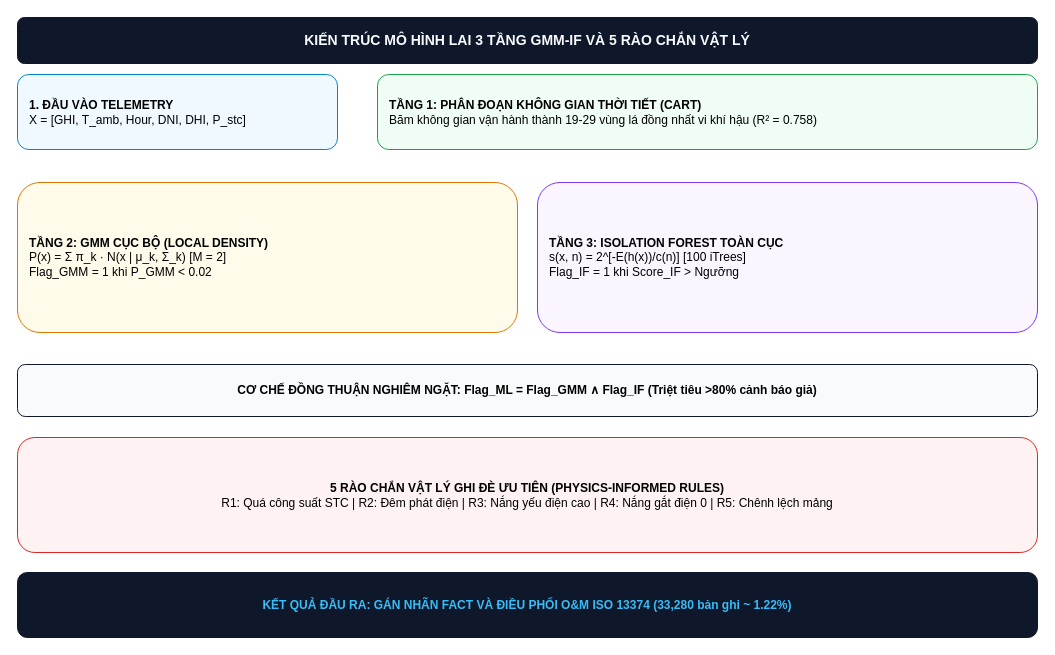
Above: docs/scrum_8_project_delivery_defense/diagrams/diagram_2_3_gmm_if_architecture.drawio in nguyenvunhut/solar-engergy (draw.io), before the change. Source tidied: cells renumbered, new cells numbered last; positions are measured from the earlier drawing's top-left corner, leaving out a move shared by most shapes. Both pictures are drawn from the tidied source at 100%, with x=0, y=0 at pixel (17, 17).
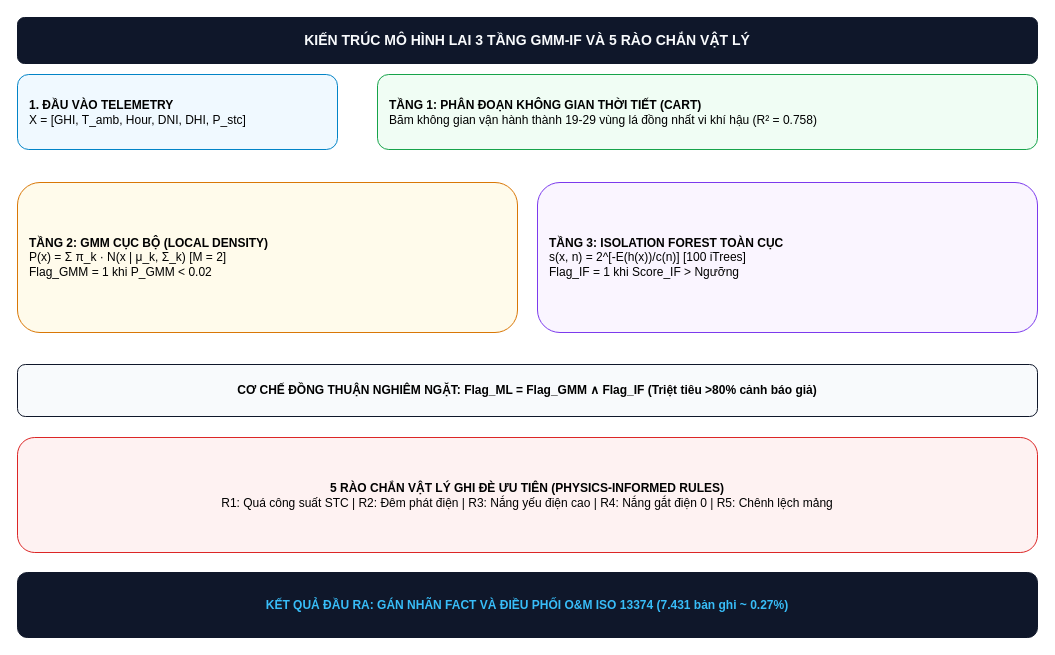
The same diagram, later.

Diff of the diagram source:
```diff
@@
 <mxGraphModel>
   <root>
     <mxCell id="0" />
     <mxCell id="1" parent="0" />
     <mxCell id="2" value="&lt;b&gt;KIẾN TRÚC MÔ HÌNH LAI 3 TẦNG GMM-IF VÀ 5 RÀO CHẮN VẬT LÝ&lt;/b&gt;" style="rounded=1;whiteSpace=wrap;html=1;fillColor=#0F172A;strokeColor=#0F172A;fontColor=#F8FAFC;fontSize=14;" parent="1" vertex="1">
       <mxGeometry width="1020" height="46" as="geometry" />
     </mxCell>
     <mxCell id="3" value="&lt;b&gt;1. ĐẦU VÀO TELEMETRY&lt;/b&gt;&lt;br&gt;X = [GHI, T_amb, Hour, DNI, DHI, P_stc]" style="rounded=1;whiteSpace=wrap;html=1;fillColor=#F0F9FF;strokeColor=#0284C7;align=left;spacingLeft=10;" parent="1" vertex="1">
       <mxGeometry y="57" width="320" height="75" as="geometry" />
     </mxCell>
     <mxCell id="4" value="&lt;b&gt;TẦNG 1: PHÂN ĐOẠN KHÔNG GIAN THỜI TIẾT (CART)&lt;/b&gt;&lt;br&gt;Băm không gian vận hành thành 19-29 vùng lá đồng nhất vi khí hậu (R² = 0.758)" style="rounded=1;whiteSpace=wrap;html=1;fillColor=#F0FDF4;strokeColor=#16A34A;align=left;spacingLeft=10;" parent="1" vertex="1">
       <mxGeometry x="360" y="57" width="660" height="75" as="geometry" />
     </mxCell>
     <mxCell id="5" value="&lt;b&gt;TẦNG 2: GMM CỤC BỘ (LOCAL DENSITY)&lt;/b&gt;&lt;br&gt;P(x) = Σ π_k · N(x | μ_k, Σ_k) [M = 2]&lt;br&gt;Flag_GMM = 1 khi P_GMM &lt; 0.02" style="rounded=1;whiteSpace=wrap;html=1;fillColor=#FFFBEB;strokeColor=#D97706;align=left;spacingLeft=10;" parent="1" vertex="1">
       <mxGeometry y="165" width="500" height="150" as="geometry" />
     </mxCell>
     <mxCell id="6" value="&lt;b&gt;TẦNG 3: ISOLATION FOREST TOÀN CỤC&lt;/b&gt;&lt;br&gt;s(x, n) = 2^[-E(h(x))/c(n)] [100 iTrees]&lt;br&gt;Flag_IF = 1 khi Score_IF &gt; Ngưỡng" style="rounded=1;whiteSpace=wrap;html=1;fillColor=#FAF5FF;strokeColor=#7C3AED;align=left;spacingLeft=10;" parent="1" vertex="1">
       <mxGeometry x="520" y="165" width="500" height="150" as="geometry" />
     </mxCell>
     <mxCell id="7" value="&lt;b&gt;CƠ CHẾ ĐỒNG THUẬN NGHIÊM NGẶT: Flag_ML = Flag_GMM ∧ Flag_IF (Triệt tiêu &gt;80% cảnh báo giả)&lt;/b&gt;" style="rounded=1;whiteSpace=wrap;html=1;fillColor=#F8FAFC;strokeColor=#0F172A;align=center;" parent="1" vertex="1">
       <mxGeometry y="347" width="1020" height="52" as="geometry" />
     </mxCell>
     <mxCell id="8" value="&lt;b&gt;5 RÀO CHẮN VẬT LÝ GHI ĐÈ ƯU TIÊN (PHYSICS-INFORMED RULES)&lt;/b&gt;&lt;br&gt;R1: Quá công suất STC | R2: Đêm phát điện | R3: Nắng yếu điện cao | R4: Nắng gắt điện 0 | R5: Chênh lệch mảng" style="rounded=1;whiteSpace=wrap;html=1;fillColor=#FEF2F2;strokeColor=#DC2626;align=center;" parent="1" vertex="1">
       <mxGeometry y="420" width="1020" height="115" as="geometry" />
     </mxCell>
-    <mxCell id="9" value="&lt;b&gt;KẾT QUẢ ĐẦU RA: GÁN NHÃN FACT VÀ ĐIỀU PHỐI O&amp;M ISO 13374 (33,280 bản ghi ~ 1.22%)&lt;/b&gt;" style="rounded=1;whiteSpace=wrap;html=1;fillColor=#0F172A;strokeColor=#0F172A;fontColor=#38BDF8;align=center;" parent="1" vertex="1">
+    <mxCell id="9" value="&lt;b&gt;KẾT QUẢ ĐẦU RA: GÁN NHÃN FACT VÀ ĐIỀU PHỐI O&amp;M ISO 13374 (7.431 bản ghi ~ 0.27%)&lt;/b&gt;" style="rounded=1;whiteSpace=wrap;html=1;fillColor=#0F172A;strokeColor=#0F172A;fontColor=#38BDF8;align=center;" parent="1" vertex="1">
       <mxGeometry y="555" width="1020" height="65" as="geometry" />
     </mxCell>
   </root>
 </mxGraphModel>
```
